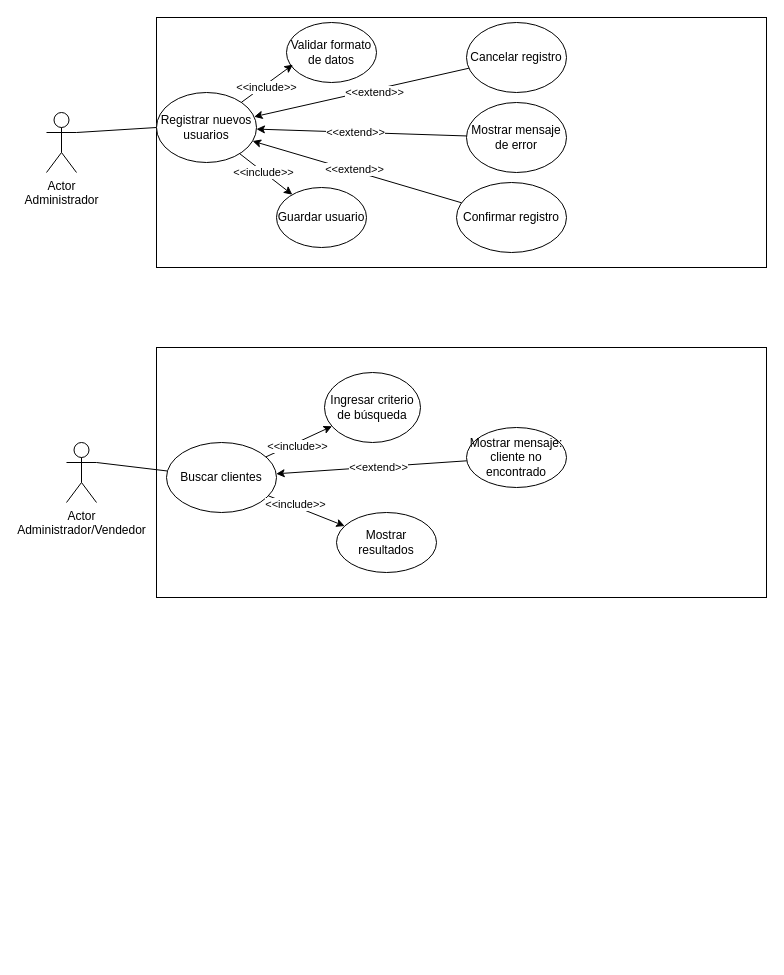
IssacSegura/sc_302_documentacion keeps this draw.io diagram as Diagrama sin título.drawio. Above is the earlier version. Source tidied: cells renumbered, new cells numbered last; positions are measured from the earlier drawing's top-left corner, leaving out a move shared by most shapes. Both pictures are drawn from the tidied source at 100%, with x=0, y=0 at pixel (46, 17).
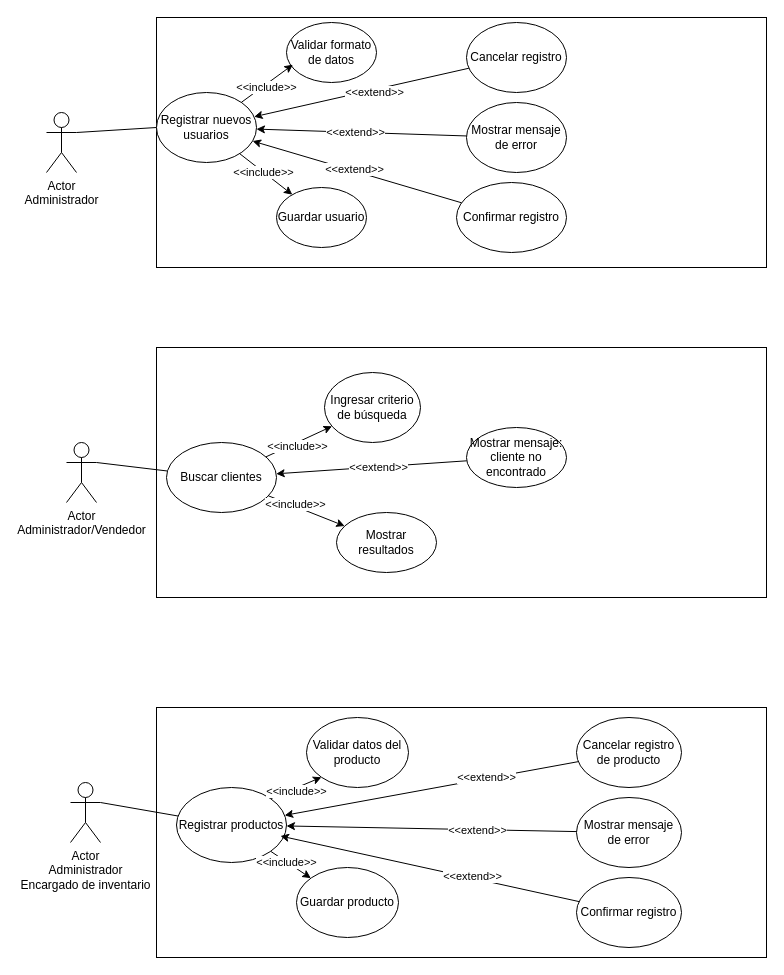
After the change.

What changed in the source:
```diff
@@
+    <mxCell id="34" value="Actor&lt;div&gt;Administrador&lt;/div&gt;&lt;div&gt;Encargado de inventario&lt;/div&gt;&lt;div&gt;&lt;br&gt;&lt;/div&gt;" style="shape=umlActor;verticalLabelPosition=bottom;verticalAlign=top;html=1;outlineConnect=0;" parent="1" vertex="1">
+      <mxGeometry x="24" y="765" width="30" height="60" as="geometry" />
+    </mxCell>
+    <mxCell id="35" style="rounded=0;whiteSpace=wrap;html=1;" parent="1" vertex="1">
+      <mxGeometry x="110" y="690" width="610" height="250" as="geometry" />
+    </mxCell>
+    <mxCell id="36" style="endArrow=none;html=1;rounded=0;exitX=1;exitY=0.3333333333333333;exitDx=0;exitDy=0;exitPerimeter=0;" parent="1" edge="1" source="34" target="37">
+      <mxGeometry relative="1" as="geometry" />
+    </mxCell>
+    <mxCell id="37" value="Registrar productos" style="ellipse;whiteSpace=wrap;html=1;" parent="1" vertex="1">
+      <mxGeometry x="130" y="770" width="110" height="75" as="geometry" />
+    </mxCell>
+    <mxCell id="38" value="Guardar producto" style="ellipse;whiteSpace=wrap;html=1;" parent="1" vertex="1">
+      <mxGeometry x="250" y="850" width="102" height="70" as="geometry" />
+    </mxCell>
+    <mxCell id="39" value="Validar datos del producto" style="ellipse;whiteSpace=wrap;html=1;" parent="1" vertex="1">
+      <mxGeometry x="260" y="700" width="102" height="70" as="geometry" />
+    </mxCell>
+    <mxCell id="40" style="endArrow=classic;html=1;rounded=0;" parent="1" edge="1" source="37" target="38">
+      <mxGeometry relative="1" as="geometry" />
+    </mxCell>
+    <mxCell id="41" value="&amp;lt;&amp;lt;include&amp;gt;&amp;gt;" style="edgeLabel;html=1;align=center;verticalAlign=middle;" parent="40" vertex="1">
+      <mxGeometry x="-0.22" relative="1" as="geometry" />
+    </mxCell>
+    <mxCell id="42" style="endArrow=classic;html=1;rounded=0;entryX=0;entryY=1;entryDx=0;entryDy=0;exitX=1;exitY=0;exitDx=0;exitDy=0;" parent="1" edge="1" source="37" target="39">
+      <mxGeometry relative="1" as="geometry" />
+    </mxCell>
+    <mxCell id="43" value="&amp;lt;&amp;lt;include&amp;gt;&amp;gt;" style="edgeLabel;html=1;align=center;verticalAlign=middle;" parent="42" vertex="1">
+      <mxGeometry x="-0.05" y="-3" relative="1" as="geometry" />
+    </mxCell>
+    <mxCell id="44" value="Mostrar mensaje de error" style="ellipse;whiteSpace=wrap;html=1;" parent="1" vertex="1">
+      <mxGeometry x="530" y="780" width="105" height="70" as="geometry" />
+    </mxCell>
+    <mxCell id="45" value="Confirmar registro" style="ellipse;whiteSpace=wrap;html=1;" parent="1" vertex="1">
+      <mxGeometry x="530" y="860" width="105" height="70" as="geometry" />
+    </mxCell>
+    <mxCell id="46" value="Cancelar registro de producto" style="ellipse;whiteSpace=wrap;html=1;" parent="1" vertex="1">
+      <mxGeometry x="530" y="700" width="105" height="70" as="geometry" />
+    </mxCell>
+    <mxCell id="47" style="endArrow=classic;html=1;rounded=0;entryX=0.945;entryY=0.647;entryDx=0;entryDy=0;entryPerimeter=0;" parent="1" edge="1" source="45" target="37">
+      <mxGeometry relative="1" as="geometry" />
+    </mxCell>
+    <mxCell id="48" value="&amp;lt;&amp;lt;extend&amp;gt;&amp;gt;" style="edgeLabel;html=1;align=center;verticalAlign=middle;" parent="47" vertex="1">
+      <mxGeometry x="-0.29" y="-2" relative="1" as="geometry">
+        <mxPoint x="-1" as="offset" />
+      </mxGeometry>
+    </mxCell>
+    <mxCell id="49" style="endArrow=classic;html=1;rounded=0;" parent="1" edge="1" source="44" target="37">
+      <mxGeometry relative="1" as="geometry" />
+    </mxCell>
+    <mxCell id="50" value="&amp;lt;&amp;lt;extend&amp;gt;&amp;gt;" style="edgeLabel;html=1;align=center;verticalAlign=middle;" parent="49" vertex="1">
+      <mxGeometry x="-0.31" relative="1" as="geometry" />
+    </mxCell>
+    <mxCell id="51" style="endArrow=classic;html=1;rounded=0;" parent="1" edge="1" source="46" target="37">
+      <mxGeometry relative="1" as="geometry" />
+    </mxCell>
+    <mxCell id="52" value="&amp;lt;&amp;lt;extend&amp;gt;&amp;gt;" style="edgeLabel;html=1;align=center;verticalAlign=middle;" parent="51" vertex="1">
+      <mxGeometry x="-0.37" y="-2" relative="1" as="geometry">
+        <mxPoint x="1" as="offset" />
+      </mxGeometry>
+    </mxCell>
```
